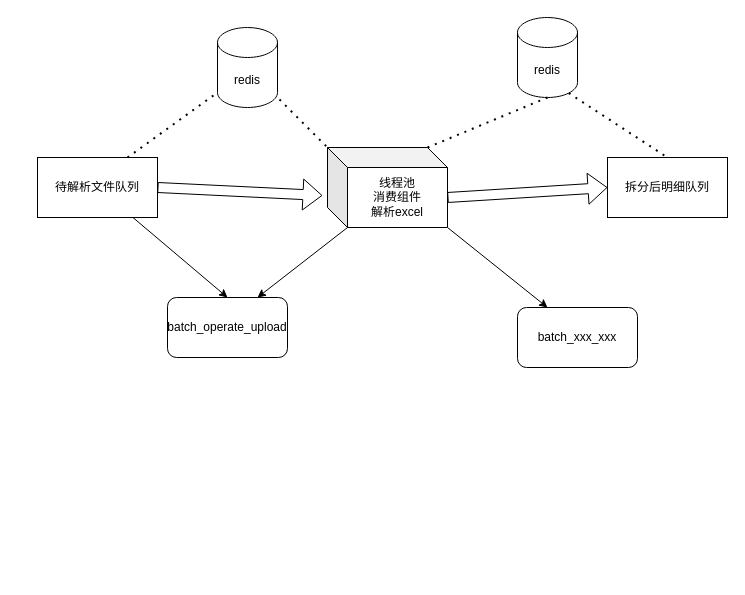
This is batch-producer.drawio from mirai3zZ/mojito, a draw.io file, before an edit. Source tidied: cells renumbered, new cells numbered last; positions are measured from the earlier drawing's top-left corner, leaving out a move shared by most shapes. Both pictures are drawn from the tidied source at 100%, with x=0, y=0 at pixel (37, 17).
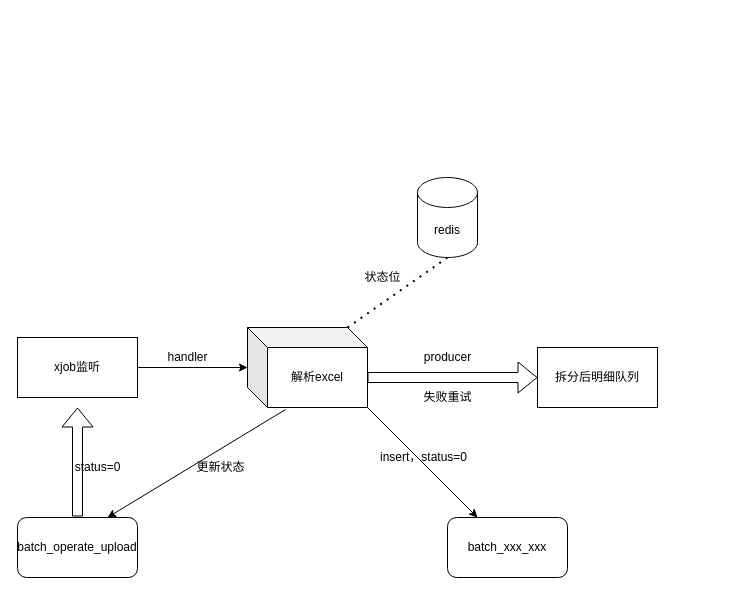
The same diagram, later.

The edit, as a diff of the source:
```diff
@@
-    <mxCell id="2" style="rounded=0;jettySize=auto;html=1;entryX=0.5;entryY=0;entryDx=0;entryDy=0;" parent="1" edge="1" source="3" target="8">
-      <mxGeometry relative="1" as="geometry" />
-    </mxCell>
-    <mxCell id="3" value="待解析文件队列" style="rounded=0;whiteSpace=wrap;html=1;" parent="1" vertex="1">
-      <mxGeometry y="140" width="120" height="60" as="geometry" />
-    </mxCell>
-    <mxCell id="4" value="redis" style="shape=cylinder3;whiteSpace=wrap;html=1;boundedLbl=1;backgroundOutline=1;size=15;" parent="1" vertex="1">
-      <mxGeometry x="180" y="10" width="60" height="80" as="geometry" />
-    </mxCell>
-    <mxCell id="5" value="线程池&lt;br&gt;消费组件&lt;br&gt;解析excel" style="shape=cube;whiteSpace=wrap;html=1;boundedLbl=1;backgroundOutline=1;darkOpacity=0.05;darkOpacity2=0.1;" parent="1" vertex="1">
-      <mxGeometry x="290" y="130" width="120" height="80" as="geometry" />
+    <mxCell id="5" value="解析excel" style="shape=cube;whiteSpace=wrap;html=1;boundedLbl=1;backgroundOutline=1;darkOpacity=0.05;darkOpacity2=0.1;" parent="1" vertex="1">
+      <mxGeometry x="210" y="310" width="120" height="80" as="geometry" />
     </mxCell>
     <mxCell id="6" value="redis" style="shape=cylinder3;whiteSpace=wrap;html=1;boundedLbl=1;backgroundOutline=1;size=15;" parent="1" vertex="1">
-      <mxGeometry x="480" width="60" height="80" as="geometry" />
+      <mxGeometry x="380" y="160" width="60" height="80" as="geometry" />
     </mxCell>
     <mxCell id="7" value="拆分后明细队列" style="rounded=0;whiteSpace=wrap;html=1;" parent="1" vertex="1">
-      <mxGeometry x="570" y="140" width="120" height="60" as="geometry" />
+      <mxGeometry x="500" y="330" width="120" height="60" as="geometry" />
     </mxCell>
     <mxCell id="8" value="batch_operate_upload" style="rounded=1;whiteSpace=wrap;html=1;" parent="1" vertex="1">
-      <mxGeometry x="130" y="280" width="120" height="60" as="geometry" />
+      <mxGeometry x="-20" y="500" width="120" height="60" as="geometry" />
     </mxCell>
     <mxCell id="9" value="batch_xxx_xxx" style="rounded=1;whiteSpace=wrap;html=1;" parent="1" vertex="1">
-      <mxGeometry x="480" y="290" width="120" height="60" as="geometry" />
+      <mxGeometry x="410" y="500" width="120" height="60" as="geometry" />
     </mxCell>
-    <mxCell id="10" style="shape=flexArrow;endArrow=classic;html=1;exitX=1;exitY=0.5;exitDx=0;exitDy=0;entryX=-0.042;entryY=0.6;entryDx=0;entryDy=0;entryPerimeter=0;" parent="1" edge="1" source="3" target="5">
-      <mxGeometry relative="1" as="geometry" />
+    <mxCell id="10" style="shape=flexArrow;endArrow=classic;html=1;" parent="1" edge="1">
+      <mxGeometry relative="1" as="geometry">
+        <mxPoint x="40" y="499" as="sourcePoint" />
+        <mxPoint x="40" y="390" as="targetPoint" />
+      </mxGeometry>
     </mxCell>
@@
+    <mxCell id="13" style="endArrow=classic;html=1;exitX=1;exitY=1;exitDx=0;exitDy=0;exitPerimeter=0;entryX=0.25;entryY=0;entryDx=0;entryDy=0;" parent="1" edge="1" source="5" target="9">
+      <mxGeometry relative="1" as="geometry" />
+    </mxCell>
+    <mxCell id="16" style="endArrow=none;dashed=1;html=1;dashPattern=1 3;strokeWidth=2;exitX=0;exitY=0;exitDx=100;exitDy=0;exitPerimeter=0;entryX=0.5;entryY=1;entryDx=0;entryDy=0;entryPerimeter=0;" parent="1" edge="1" source="5" target="6">
+      <mxGeometry relative="1" as="geometry" />
+    </mxCell>
+    <mxCell id="18" style="edgeStyle=orthogonalEdgeStyle;rounded=0;jettySize=auto;html=1;" parent="1" edge="1" source="19" target="5">
+      <mxGeometry relative="1" as="geometry" />
+    </mxCell>
+    <mxCell id="19" value="xjob监听" style="rounded=0;whiteSpace=wrap;html=1;" parent="1" vertex="1">
+      <mxGeometry x="-20" y="320" width="120" height="60" as="geometry" />
+    </mxCell>
+    <mxCell id="20" value="status=0" style="text;html=1;align=center;verticalAlign=middle;" parent="1" vertex="1">
+      <mxGeometry x="30" y="440" width="60" height="20" as="geometry" />
+    </mxCell>
-    <mxCell id="12" style="endArrow=classic;html=1;exitX=0;exitY=0;exitDx=20;exitDy=80;exitPerimeter=0;entryX=0.75;entryY=0;entryDx=0;entryDy=0;" parent="1" edge="1" source="5" target="8">
+    <mxCell id="12" style="endArrow=classic;html=1;exitX=0.317;exitY=1.025;exitDx=0;exitDy=0;exitPerimeter=0;entryX=0.75;entryY=0;entryDx=0;entryDy=0;" parent="1" edge="1" source="5" target="8">
       <mxGeometry relative="1" as="geometry" />
     </mxCell>
-    <mxCell id="13" style="endArrow=classic;html=1;exitX=1;exitY=1;exitDx=0;exitDy=0;exitPerimeter=0;entryX=0.25;entryY=0;entryDx=0;entryDy=0;" parent="1" edge="1" source="5" target="9">
-      <mxGeometry relative="1" as="geometry" />
-    </mxCell>
-    <mxCell id="14" style="endArrow=none;dashed=1;html=1;dashPattern=1 3;strokeWidth=2;exitX=0.75;exitY=0;exitDx=0;exitDy=0;entryX=0;entryY=1;entryDx=0;entryDy=-15;entryPerimeter=0;" parent="1" edge="1" source="3" target="4">
-      <mxGeometry relative="1" as="geometry" />
-    </mxCell>
-    <mxCell id="15" style="endArrow=none;dashed=1;html=1;dashPattern=1 3;strokeWidth=2;exitX=1.033;exitY=0.9;exitDx=0;exitDy=0;exitPerimeter=0;entryX=0;entryY=0;entryDx=0;entryDy=0;entryPerimeter=0;" parent="1" edge="1" source="4" target="5">
-      <mxGeometry relative="1" as="geometry" />
-    </mxCell>
-    <mxCell id="16" style="endArrow=none;dashed=1;html=1;dashPattern=1 3;strokeWidth=2;exitX=0;exitY=0;exitDx=100;exitDy=0;exitPerimeter=0;entryX=0.5;entryY=1;entryDx=0;entryDy=0;entryPerimeter=0;" parent="1" edge="1" source="5" target="6">
-      <mxGeometry relative="1" as="geometry" />
-    </mxCell>
-    <mxCell id="17" style="endArrow=none;dashed=1;html=1;dashPattern=1 3;strokeWidth=2;exitX=0.855;exitY=1;exitDx=0;exitDy=-4.35;exitPerimeter=0;entryX=0.5;entryY=0;entryDx=0;entryDy=0;" parent="1" edge="1" source="6" target="7">
-      <mxGeometry relative="1" as="geometry" />
-    </mxCell>
+    <mxCell id="21" value="更新状态" style="text;html=1;align=center;verticalAlign=middle;" parent="1" vertex="1">
+      <mxGeometry x="153" y="440" width="60" height="20" as="geometry" />
+    </mxCell>
+    <mxCell id="22" value="insert，status=0" style="text;html=1;align=center;verticalAlign=middle;" parent="1" vertex="1">
+      <mxGeometry x="336" y="430" width="100" height="20" as="geometry" />
+    </mxCell>
+    <mxCell id="23" value="producer" style="text;html=1;align=center;verticalAlign=middle;" parent="1" vertex="1">
+      <mxGeometry x="380" y="330" width="60" height="20" as="geometry" />
+    </mxCell>
+    <mxCell id="24" value="handler" style="text;html=1;align=center;verticalAlign=middle;" parent="1" vertex="1">
+      <mxGeometry x="120" y="330" width="60" height="20" as="geometry" />
+    </mxCell>
+    <mxCell id="25" value="状态位" style="text;html=1;align=center;verticalAlign=middle;" parent="1" vertex="1">
+      <mxGeometry x="320" y="250" width="50" height="20" as="geometry" />
+    </mxCell>
+    <mxCell id="26" value="失败重试" style="text;html=1;align=center;verticalAlign=middle;" parent="1" vertex="1">
+      <mxGeometry x="380" y="370" width="60" height="20" as="geometry" />
+    </mxCell>
```
